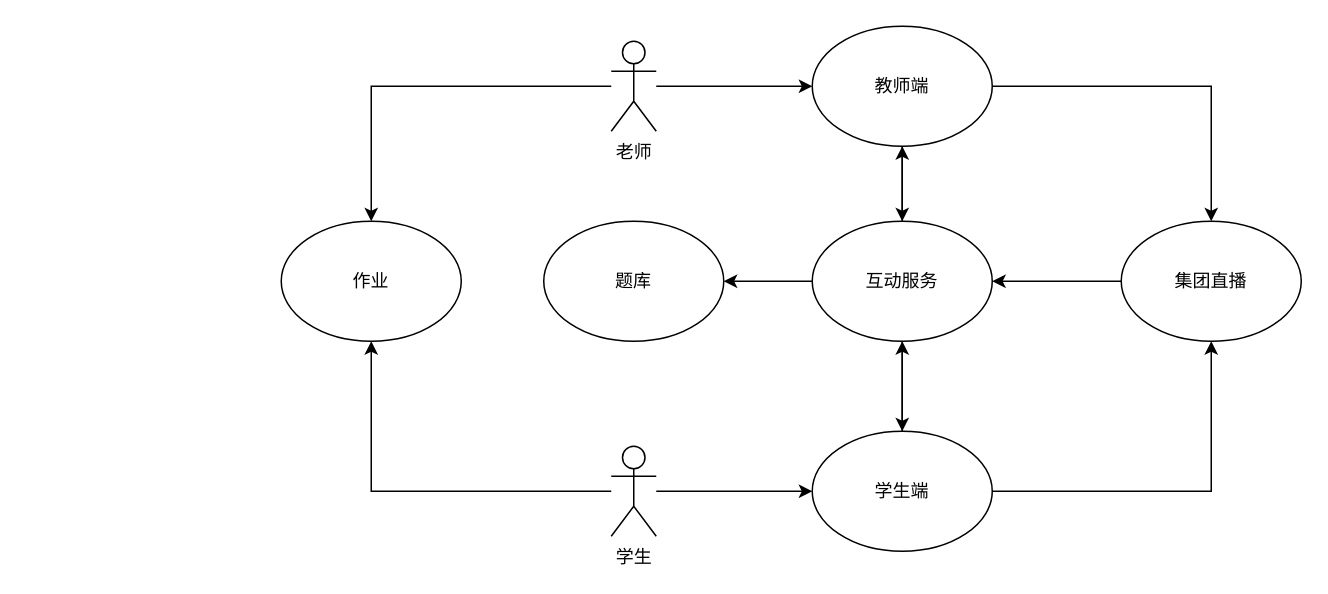
Above: src/main/resources/Untitled Diagram.drawio in likedong/ho (draw.io), before the change. Source tidied: cells renumbered, new cells numbered last; positions are measured from the earlier drawing's top-left corner, leaving out a move shared by most shapes. Both pictures are drawn from the tidied source at 150%, with x=0, y=0 at pixel (280, 26).
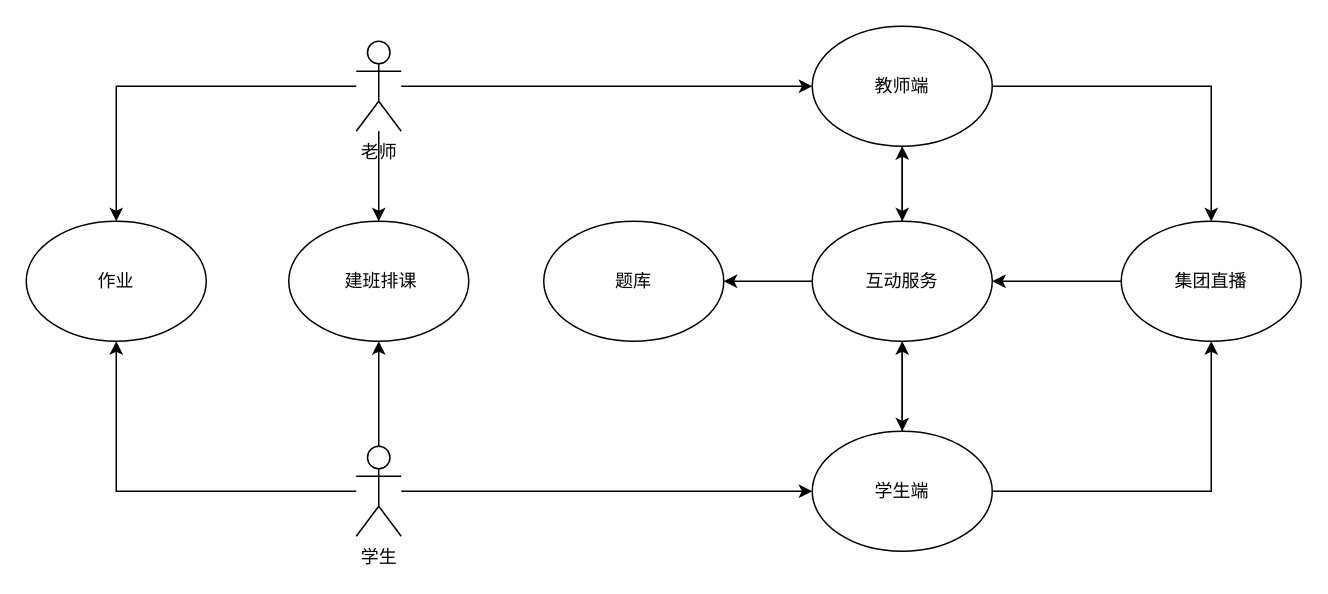
The same diagram, later.

The edit, as a diff of the source:
```diff
@@
+    <mxCell id="22" style="edgeStyle=orthogonalEdgeStyle;rounded=0;jettySize=auto;html=1;entryX=0.5;entryY=0;entryDx=0;entryDy=0;" parent="1" edge="1" source="7" target="24">
+      <mxGeometry relative="1" as="geometry" />
+    </mxCell>
     <mxCell id="7" value="老师" style="shape=umlActor;verticalLabelPosition=bottom;verticalAlign=top;html=1;outlineConnect=0;" parent="1" vertex="1">
-      <mxGeometry x="220" y="10" width="30" height="60" as="geometry" />
+      <mxGeometry x="50" y="10" width="30" height="60" as="geometry" />
     </mxCell>
@@
+    <mxCell id="23" style="edgeStyle=orthogonalEdgeStyle;rounded=0;jettySize=auto;html=1;entryX=0.5;entryY=1;entryDx=0;entryDy=0;" parent="1" edge="1" source="10" target="24">
+      <mxGeometry relative="1" as="geometry" />
+    </mxCell>
     <mxCell id="10" value="学生" style="shape=umlActor;verticalLabelPosition=bottom;verticalAlign=top;html=1;outlineConnect=0;" parent="1" vertex="1">
-      <mxGeometry x="220" y="280" width="30" height="60" as="geometry" />
+      <mxGeometry x="50" y="280" width="30" height="60" as="geometry" />
     </mxCell>
@@
     <mxCell id="20" value="作业" style="ellipse;whiteSpace=wrap;html=1;" parent="1" vertex="1">
-      <mxGeometry y="130" width="120" height="80" as="geometry" />
+      <mxGeometry x="-170" y="130" width="120" height="80" as="geometry" />
     </mxCell>
@@
+    <mxCell id="24" value="&amp;nbsp;建班排课" style="ellipse;whiteSpace=wrap;html=1;" parent="1" vertex="1">
+      <mxGeometry x="5" y="130" width="120" height="80" as="geometry" />
+    </mxCell>
```
